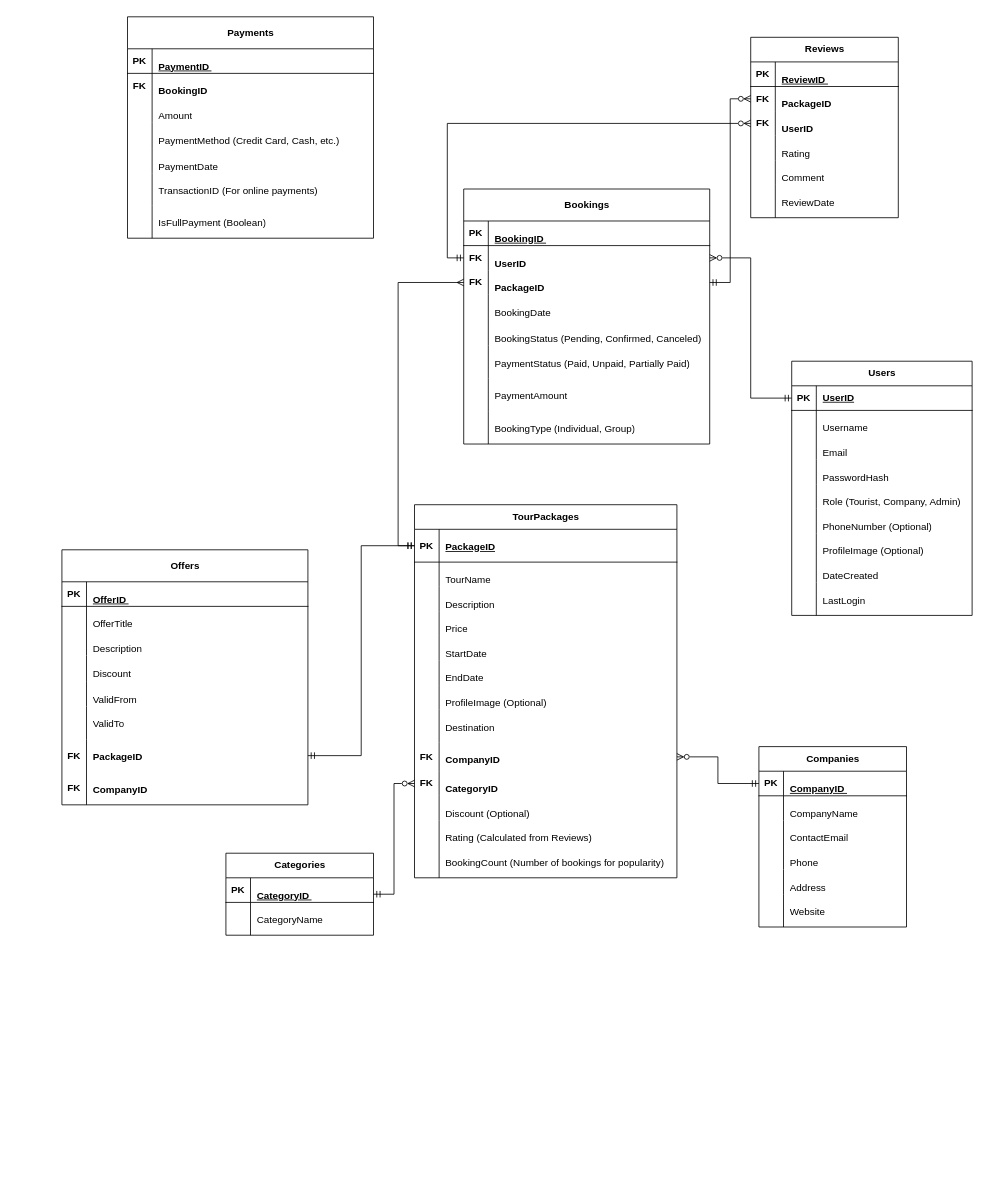
Before: JoStay Rschema.drawio in aminjaiuossi/JoStay-Project, a draw.io diagram. Source tidied: cells renumbered, new cells numbered last; positions are measured from the earlier drawing's top-left corner, leaving out a move shared by most shapes. Both pictures are drawn from the tidied source at 82%, with x=0, y=0 at pixel (61, 16).
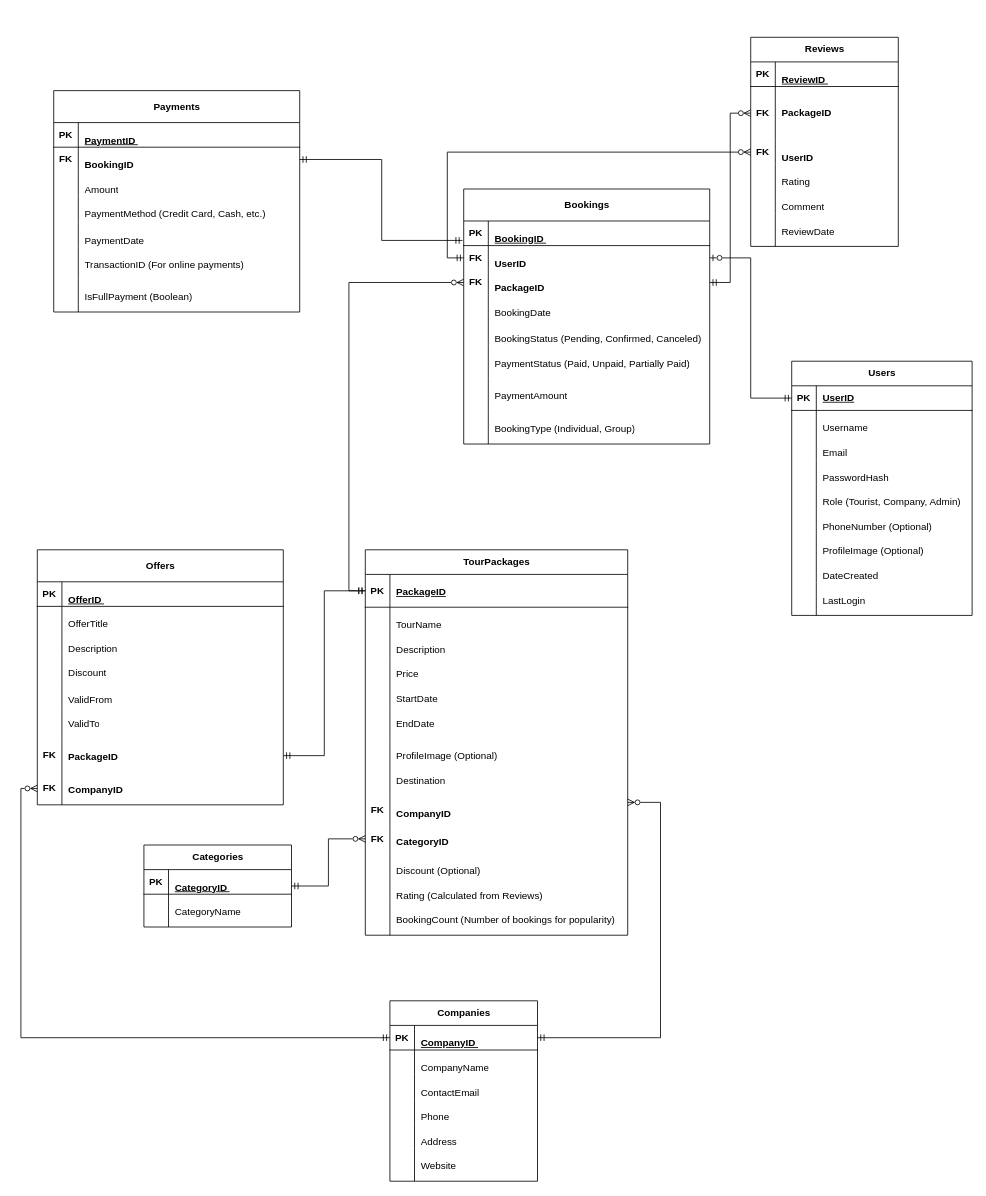
After the change.

The change refers to these unchanged cells:
```xml
<mxCell id="3" style="shape=tableRow;horizontal=0;startSize=0;swimlaneHead=0;swimlaneBody=0;fillColor=none;points=[[0,0.5],[1,0.5]];portConstraint=eastwest;top=0;left=0;right=0;bottom=1;" parent="2" vertex="1">
  <mxGeometry y="30" width="220" height="30" as="geometry" />
</mxCell>
<mxCell id="31" style="shape=tableRow;horizontal=0;startSize=0;swimlaneHead=0;swimlaneBody=0;fillColor=none;points=[[0,0.5],[1,0.5]];portConstraint=eastwest;top=0;left=0;right=0;bottom=1;" parent="30" vertex="1">
  <mxGeometry y="30" width="320" height="40" as="geometry" />
</mxCell>
<mxCell id="78" style="shape=tableRow;horizontal=0;startSize=0;swimlaneHead=0;swimlaneBody=0;fillColor=none;points=[[0,0.5],[1,0.5]];portConstraint=eastwest;top=0;left=0;right=0;bottom=1;" parent="77" vertex="1">
  <mxGeometry y="30" width="180" height="30" as="geometry" />
</mxCell>
<mxCell id="97" style="shape=tableRow;horizontal=0;startSize=0;swimlaneHead=0;swimlaneBody=0;fillColor=none;points=[[0,0.5],[1,0.5]];portConstraint=eastwest;top=0;left=0;right=0;bottom=1;" parent="96" vertex="1">
  <mxGeometry y="39" width="300" height="30" as="geometry" />
</mxCell>
<mxCell id="100" style="shape=tableRow;horizontal=0;startSize=0;swimlaneHead=0;swimlaneBody=0;fillColor=none;points=[[0,0.5],[1,0.5]];portConstraint=eastwest;top=0;left=0;right=0;bottom=0;" parent="96" vertex="1">
  <mxGeometry y="69" width="300" height="30" as="geometry" />
</mxCell>
<mxCell id="103" style="shape=tableRow;horizontal=0;startSize=0;swimlaneHead=0;swimlaneBody=0;fillColor=none;points=[[0,0.5],[1,0.5]];portConstraint=eastwest;top=0;left=0;right=0;bottom=0;" parent="96" vertex="1">
  <mxGeometry y="99" width="300" height="30" as="geometry" />
</mxCell>
<mxCell id="125" style="shape=tableRow;horizontal=0;startSize=0;swimlaneHead=0;swimlaneBody=0;fillColor=none;points=[[0,0.5],[1,0.5]];portConstraint=eastwest;top=0;left=0;right=0;bottom=0;" parent="121" vertex="1">
  <mxGeometry y="69" width="300" height="30" as="geometry" />
</mxCell>
<mxCell id="184" style="shape=tableRow;horizontal=0;startSize=0;swimlaneHead=0;swimlaneBody=0;fillColor=none;points=[[0,0.5],[1,0.5]];portConstraint=eastwest;top=0;left=0;right=0;bottom=0;" parent="162" vertex="1">
  <mxGeometry y="271" width="300" height="40" as="geometry" />
</mxCell>
```

The edit, as a diff of the source:
```diff
@@
     <mxCell id="30" value="&lt;h4&gt;&lt;strong&gt;TourPackages&lt;/strong&gt;&lt;/h4&gt;" style="shape=table;startSize=30;childLayout=tableLayout;rowLines=0;fontStyle=1;align=center;html=1;" parent="1" vertex="1">
-      <mxGeometry x="430" y="595" width="320" height="455" as="geometry" />
+      <mxGeometry x="370" y="650" width="320" height="470" as="geometry" />
     </mxCell>
@@
     <mxCell id="46" style="shape=tableRow;horizontal=0;startSize=0;swimlaneHead=0;swimlaneBody=0;fillColor=none;top=0;left=0;right=0;bottom=0;" parent="30" vertex="1">
-      <mxGeometry y="190" width="320" height="30" as="geometry" />
+      <mxGeometry y="190" width="320" height="40" as="geometry" />
     </mxCell>
     <mxCell id="47" style="shape=partialRectangle;fillColor=none;top=0;left=0;bottom=0;right=0;overflow=hidden;whiteSpace=wrap;html=1;" parent="46" vertex="1">
-      <mxGeometry width="30" height="30" as="geometry" />
+      <mxGeometry width="30" height="40" as="geometry" />
     </mxCell>
     <mxCell id="48" value="&lt;p&gt;EndDate&lt;/p&gt;" style="shape=partialRectangle;fillColor=none;top=0;left=0;bottom=0;right=0;align=left;spacingLeft=6;overflow=hidden;whiteSpace=wrap;html=1;" parent="46" vertex="1">
-      <mxGeometry x="30" width="290" height="30" as="geometry" />
+      <mxGeometry x="30" width="290" height="40" as="geometry" />
     </mxCell>
     <mxCell id="49" style="shape=tableRow;horizontal=0;startSize=0;swimlaneHead=0;swimlaneBody=0;fillColor=none;top=0;left=0;right=0;bottom=0;" parent="30" vertex="1">
-      <mxGeometry y="220" width="320" height="30" as="geometry" />
+      <mxGeometry y="230" width="320" height="30" as="geometry" />
     </mxCell>
@@
     <mxCell id="52" style="shape=tableRow;horizontal=0;startSize=0;swimlaneHead=0;swimlaneBody=0;fillColor=none;top=0;left=0;right=0;bottom=0;" parent="30" vertex="1">
-      <mxGeometry y="250" width="320" height="40" as="geometry" />
+      <mxGeometry y="260" width="320" height="40" as="geometry" />
     </mxCell>
@@
     <mxCell id="55" style="shape=tableRow;horizontal=0;startSize=0;swimlaneHead=0;swimlaneBody=0;fillColor=none;points=[[0,0.5],[1,0.5]];portConstraint=eastwest;top=0;left=0;right=0;bottom=0;fontStyle=1;" parent="30" vertex="1">
-      <mxGeometry y="290" width="320" height="35" as="geometry" />
+      <mxGeometry y="300" width="320" height="35" as="geometry" />
     </mxCell>
@@
     <mxCell id="58" style="shape=tableRow;horizontal=0;startSize=0;swimlaneHead=0;swimlaneBody=0;fillColor=none;points=[[0,0.5],[1,0.5]];portConstraint=eastwest;top=0;left=0;right=0;bottom=0;" parent="30" vertex="1">
-      <mxGeometry y="325" width="320" height="30" as="geometry" />
+      <mxGeometry y="335" width="320" height="35" as="geometry" />
     </mxCell>
     <mxCell id="59" value="FK" style="shape=partialRectangle;fillColor=none;top=0;left=0;bottom=0;right=0;overflow=hidden;whiteSpace=wrap;html=1;fontStyle=1;" parent="58" vertex="1">
-      <mxGeometry width="30" height="30" as="geometry" />
+      <mxGeometry width="30" height="35" as="geometry" />
     </mxCell>
     <mxCell id="60" value="&lt;p&gt;CategoryID&amp;nbsp;&lt;/p&gt;" style="shape=partialRectangle;fillColor=none;top=0;left=0;bottom=0;right=0;align=left;spacingLeft=6;overflow=hidden;whiteSpace=wrap;html=1;fontStyle=1;" parent="58" vertex="1">
-      <mxGeometry x="30" width="290" height="30" as="geometry" />
+      <mxGeometry x="30" width="290" height="35" as="geometry" />
     </mxCell>
     <mxCell id="61" style="shape=tableRow;horizontal=0;startSize=0;swimlaneHead=0;swimlaneBody=0;fillColor=none;top=0;left=0;right=0;bottom=0;" parent="30" vertex="1">
-      <mxGeometry y="355" width="320" height="30" as="geometry" />
+      <mxGeometry y="370" width="320" height="30" as="geometry" />
     </mxCell>
@@
     <mxCell id="64" style="shape=tableRow;horizontal=0;startSize=0;swimlaneHead=0;swimlaneBody=0;fillColor=none;top=0;left=0;right=0;bottom=0;" parent="30" vertex="1">
-      <mxGeometry y="385" width="320" height="30" as="geometry" />
+      <mxGeometry y="400" width="320" height="30" as="geometry" />
     </mxCell>
@@
     <mxCell id="67" style="shape=tableRow;horizontal=0;startSize=0;swimlaneHead=0;swimlaneBody=0;fillColor=none;top=0;left=0;right=0;bottom=0;" parent="30" vertex="1">
-      <mxGeometry y="415" width="320" height="40" as="geometry" />
+      <mxGeometry y="430" width="320" height="40" as="geometry" />
     </mxCell>
@@
     <mxCell id="70" value="&lt;h4&gt;&lt;strong&gt;Categories&lt;/strong&gt;&lt;/h4&gt;" style="shape=table;startSize=30;childLayout=tableLayout;rowLines=0;fontStyle=1;align=center;html=1;" parent="1" vertex="1">
-      <mxGeometry x="200" y="1020" width="180" height="100" as="geometry" />
+      <mxGeometry x="100" y="1010" width="180" height="100" as="geometry" />
     </mxCell>
@@
     <mxCell id="77" value="&lt;h4&gt;&lt;strong&gt;Companies&lt;/strong&gt;&lt;/h4&gt;" style="shape=table;startSize=30;childLayout=tableLayout;rowLines=0;fontStyle=1;align=center;html=1;" parent="1" vertex="1">
-      <mxGeometry x="850" y="890" width="180" height="220" as="geometry" />
+      <mxGeometry x="400" y="1200" width="180" height="220" as="geometry" />
     </mxCell>
@@
     <mxCell id="121" value="&lt;h4&gt;&lt;strong&gt;Payments&lt;/strong&gt;&lt;/h4&gt;" style="shape=table;startSize=39;childLayout=tableLayout;rowLines=0;fontStyle=1;align=center;html=1;" parent="1" vertex="1">
-      <mxGeometry x="80" width="300" height="270" as="geometry" />
+      <mxGeometry x="-10" y="90" width="300" height="270" as="geometry" />
     </mxCell>
@@
     <mxCell id="143" value="&lt;h4&gt;&lt;strong&gt;Reviews&lt;/strong&gt;&lt;/h4&gt;" style="shape=table;startSize=30;childLayout=tableLayout;rowLines=0;fontStyle=1;align=center;html=1;" parent="1" vertex="1">
-      <mxGeometry x="840" y="25" width="180" height="220" as="geometry" />
+      <mxGeometry x="840" y="25" width="180" height="255" as="geometry" />
     </mxCell>
@@
     <mxCell id="147" style="shape=tableRow;horizontal=0;startSize=0;swimlaneHead=0;swimlaneBody=0;fillColor=none;points=[[0,0.5],[1,0.5]];portConstraint=eastwest;top=0;left=0;right=0;bottom=0;" parent="143" vertex="1">
-      <mxGeometry y="60" width="180" height="30" as="geometry" />
+      <mxGeometry y="60" width="180" height="65" as="geometry" />
     </mxCell>
     <mxCell id="148" value="FK" style="shape=partialRectangle;fillColor=none;top=0;left=0;bottom=0;right=0;overflow=hidden;whiteSpace=wrap;html=1;fontStyle=1;" parent="147" vertex="1">
-      <mxGeometry width="30" height="30" as="geometry" />
+      <mxGeometry width="30" height="65" as="geometry" />
     </mxCell>
     <mxCell id="149" value="&lt;p&gt;PackageID&amp;nbsp;&lt;/p&gt;" style="shape=partialRectangle;fillColor=none;top=0;left=0;bottom=0;right=0;align=left;spacingLeft=6;overflow=hidden;whiteSpace=wrap;html=1;fontStyle=1;" parent="147" vertex="1">
-      <mxGeometry x="30" width="150" height="30" as="geometry" />
+      <mxGeometry x="30" width="150" height="65" as="geometry" />
     </mxCell>
     <mxCell id="150" style="shape=tableRow;horizontal=0;startSize=0;swimlaneHead=0;swimlaneBody=0;fillColor=none;points=[[0,0.5],[1,0.5]];portConstraint=eastwest;top=0;left=0;right=0;bottom=0;" parent="143" vertex="1">
-      <mxGeometry y="90" width="180" height="30" as="geometry" />
+      <mxGeometry y="125" width="180" height="30" as="geometry" />
     </mxCell>
@@
     <mxCell id="153" style="shape=tableRow;horizontal=0;startSize=0;swimlaneHead=0;swimlaneBody=0;fillColor=none;top=0;left=0;right=0;bottom=0;" parent="143" vertex="1">
-      <mxGeometry y="120" width="180" height="30" as="geometry" />
+      <mxGeometry y="155" width="180" height="30" as="geometry" />
     </mxCell>
@@
     <mxCell id="156" style="shape=tableRow;horizontal=0;startSize=0;swimlaneHead=0;swimlaneBody=0;fillColor=none;top=0;left=0;right=0;bottom=0;" parent="143" vertex="1">
-      <mxGeometry y="150" width="180" height="30" as="geometry" />
+      <mxGeometry y="185" width="180" height="30" as="geometry" />
     </mxCell>
@@
     <mxCell id="159" style="shape=tableRow;horizontal=0;startSize=0;swimlaneHead=0;swimlaneBody=0;fillColor=none;top=0;left=0;right=0;bottom=0;" parent="143" vertex="1">
-      <mxGeometry y="180" width="180" height="40" as="geometry" />
+      <mxGeometry y="215" width="180" height="40" as="geometry" />
     </mxCell>
@@
     <mxCell id="162" value="&lt;h4&gt;&lt;strong&gt;Offers&lt;/strong&gt;&lt;/h4&gt;" style="shape=table;startSize=39;childLayout=tableLayout;rowLines=0;fontStyle=1;align=center;html=1;" parent="1" vertex="1">
-      <mxGeometry y="650" width="300" height="311" as="geometry" />
+      <mxGeometry x="-30" y="650" width="300" height="311" as="geometry" />
     </mxCell>
@@
-    <mxCell id="187" style="edgeStyle=orthogonalEdgeStyle;rounded=0;jettySize=auto;html=1;exitX=0;exitY=0.5;exitDx=0;exitDy=0;startArrow=ERmandOne;startFill=0;endArrow=ERzeroToMany;endFill=0;" parent="1" edge="1" source="3" target="100">
+    <mxCell id="187" style="edgeStyle=orthogonalEdgeStyle;rounded=0;jettySize=auto;html=1;exitX=0;exitY=0.5;exitDx=0;exitDy=0;startArrow=ERmandOne;startFill=0;endArrow=ERzeroToOne;endFill=0;" parent="1" edge="1" source="3" target="100">
       <mxGeometry relative="1" as="geometry" />
     </mxCell>
-    <mxCell id="188" style="edgeStyle=orthogonalEdgeStyle;rounded=0;jettySize=auto;html=1;exitX=0;exitY=0.5;exitDx=0;exitDy=0;startArrow=ERmandOne;startFill=0;endArrow=ERzeroToMany;endFill=0;" parent="1" edge="1" source="78" target="55">
-      <mxGeometry relative="1" as="geometry" />
+    <mxCell id="188" style="edgeStyle=orthogonalEdgeStyle;rounded=0;jettySize=auto;html=1;startArrow=ERmandOne;startFill=0;endArrow=ERzeroToMany;endFill=0;" parent="1" edge="1" target="55">
+      <mxGeometry relative="1" as="geometry">
+        <mxPoint x="580" y="1245" as="sourcePoint" />
+        <Array as="points">
+          <mxPoint x="730" y="1245" />
+          <mxPoint x="730" y="958" />
+        </Array>
+      </mxGeometry>
     </mxCell>
-    <mxCell id="189" style="edgeStyle=orthogonalEdgeStyle;rounded=0;jettySize=auto;html=1;entryX=0;entryY=0.5;entryDx=0;entryDy=0;startArrow=ERmany;startFill=0;endArrow=ERmandOne;endFill=0;" parent="1" edge="1" source="103" target="31">
+    <mxCell id="189" style="edgeStyle=orthogonalEdgeStyle;rounded=0;jettySize=auto;html=1;entryX=0;entryY=0.5;entryDx=0;entryDy=0;startArrow=ERzeroToMany;startFill=0;endArrow=ERmandOne;endFill=0;" parent="1" edge="1" source="103" target="31">
       <mxGeometry relative="1" as="geometry" />
     </mxCell>
@@
+    <mxCell id="194" style="edgeStyle=orthogonalEdgeStyle;rounded=0;jettySize=auto;html=1;exitX=0;exitY=0.5;exitDx=0;exitDy=0;entryX=0;entryY=0.5;entryDx=0;entryDy=0;startArrow=ERmandOne;startFill=0;endArrow=ERzeroToMany;endFill=0;" parent="1" edge="1" source="78" target="184">
+      <mxGeometry relative="1" as="geometry" />
+    </mxCell>
+    <mxCell id="195" style="edgeStyle=orthogonalEdgeStyle;rounded=0;jettySize=auto;html=1;entryX=-0.005;entryY=0.79;entryDx=0;entryDy=0;entryPerimeter=0;startArrow=ERmandOne;startFill=0;endArrow=ERmandOne;endFill=0;" parent="1" edge="1" source="125" target="97">
+      <mxGeometry relative="1" as="geometry" />
+    </mxCell>
```
